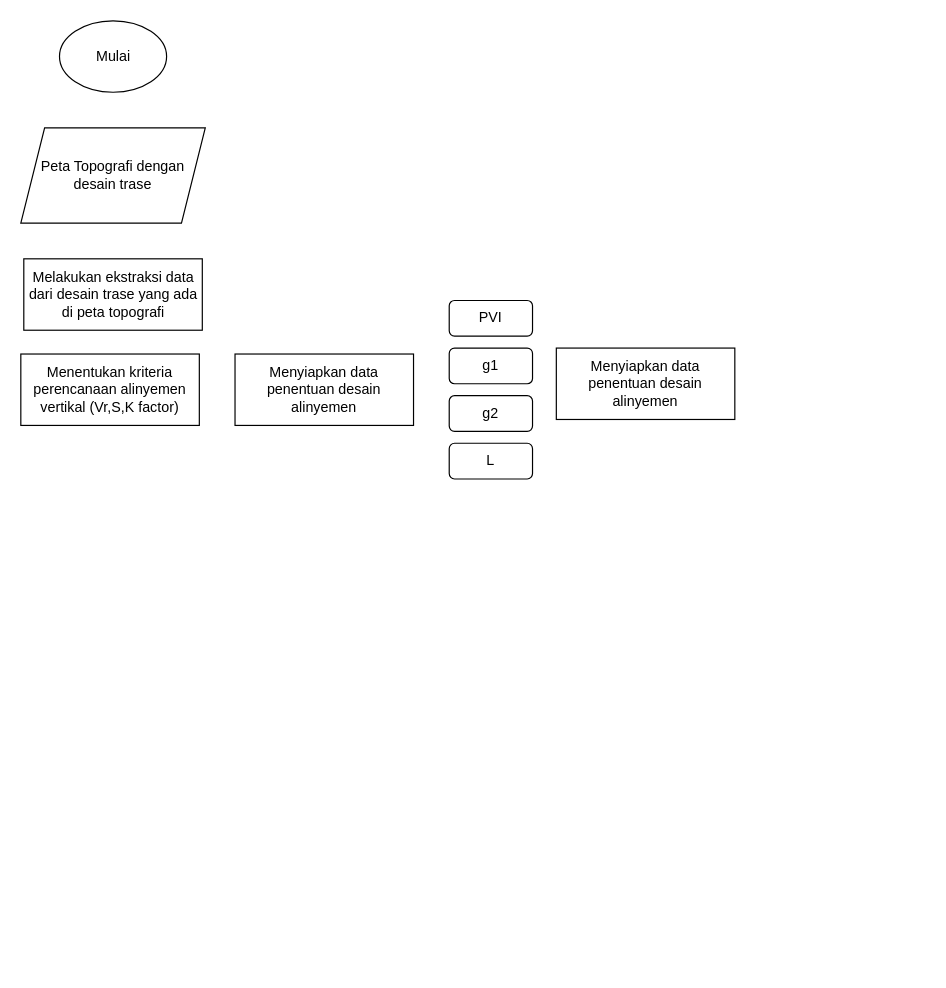
dhanyyudi/filediagramalir keeps this draw.io diagram as M5_Surek.drawio. Above is the earlier version. Source tidied: cells renumbered, new cells numbered last; positions are measured from the earlier drawing's top-left corner, leaving out a move shared by most shapes. Both pictures are drawn from the tidied source at 119%, with x=0, y=0 at pixel (20, 20).
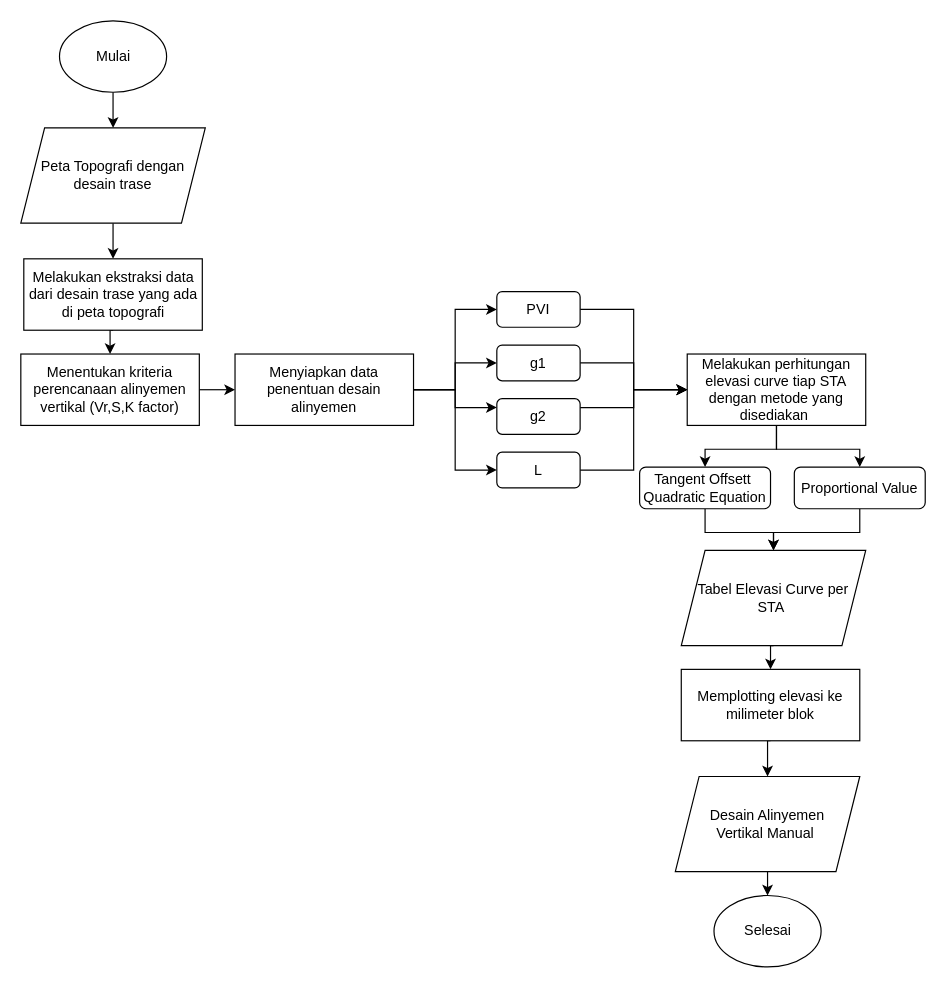
Above is the later version.

Unchanged cells that the change refers to:
```xml
<mxCell id="2" value="Mulai" style="ellipse;whiteSpace=wrap;html=1;" parent="1" vertex="1">
  <mxGeometry x="32.5" width="90" height="60" as="geometry" />
</mxCell>
<mxCell id="3" value="Peta Topografi dengan desain trase" style="shape=parallelogram;perimeter=parallelogramPerimeter;whiteSpace=wrap;html=1;fixedSize=1;" parent="1" vertex="1">
  <mxGeometry y="90" width="155" height="80" as="geometry" />
</mxCell>
<mxCell id="4" value="Melakukan ekstraksi data dari desain trase yang ada di peta topografi" style="rounded=0;whiteSpace=wrap;html=1;" parent="1" vertex="1">
  <mxGeometry x="2.5" y="200" width="150" height="60" as="geometry" />
</mxCell>
<mxCell id="5" value="Menentukan kriteria perencanaan alinyemen vertikal (Vr,S,K factor)" style="rounded=0;whiteSpace=wrap;html=1;" parent="1" vertex="1">
  <mxGeometry y="280" width="150" height="60" as="geometry" />
</mxCell>
<mxCell id="6" value="Menyiapkan data penentuan desain alinyemen" style="rounded=0;whiteSpace=wrap;html=1;" parent="1" vertex="1">
  <mxGeometry x="180" y="280" width="150" height="60" as="geometry" />
</mxCell>
```

What changed in the source:
```diff
@@
+    <mxCell id="12" style="edgeStyle=orthogonalEdgeStyle;rounded=0;jettySize=auto;html=1;exitX=0.5;exitY=1;exitDx=0;exitDy=0;entryX=0.5;entryY=0;entryDx=0;entryDy=0;" parent="1" edge="1" source="2" target="3">
+      <mxGeometry relative="1" as="geometry" />
+    </mxCell>
@@
+    <mxCell id="13" style="edgeStyle=orthogonalEdgeStyle;rounded=0;jettySize=auto;html=1;exitX=0.5;exitY=1;exitDx=0;exitDy=0;entryX=0.5;entryY=0;entryDx=0;entryDy=0;" parent="1" edge="1" source="3" target="4">
+      <mxGeometry relative="1" as="geometry" />
+    </mxCell>
@@
+    <mxCell id="14" style="edgeStyle=orthogonalEdgeStyle;rounded=0;jettySize=auto;html=1;exitX=0.5;exitY=1;exitDx=0;exitDy=0;entryX=0.5;entryY=0;entryDx=0;entryDy=0;" parent="1" edge="1" source="4" target="5">
+      <mxGeometry relative="1" as="geometry" />
+    </mxCell>
@@
+    <mxCell id="15" style="edgeStyle=orthogonalEdgeStyle;rounded=0;jettySize=auto;html=1;exitX=1;exitY=0.5;exitDx=0;exitDy=0;entryX=0;entryY=0.5;entryDx=0;entryDy=0;" parent="1" edge="1" source="5" target="6">
+      <mxGeometry relative="1" as="geometry" />
+    </mxCell>
@@
+    <mxCell id="16" style="edgeStyle=orthogonalEdgeStyle;rounded=0;jettySize=auto;html=1;exitX=1;exitY=0.5;exitDx=0;exitDy=0;entryX=0;entryY=0.5;entryDx=0;entryDy=0;" parent="1" edge="1" source="6" target="7">
+      <mxGeometry relative="1" as="geometry" />
+    </mxCell>
+    <mxCell id="17" style="edgeStyle=orthogonalEdgeStyle;rounded=0;jettySize=auto;html=1;exitX=1;exitY=0.5;exitDx=0;exitDy=0;" parent="1" edge="1" source="6" target="8">
+      <mxGeometry relative="1" as="geometry" />
+    </mxCell>
+    <mxCell id="18" style="edgeStyle=orthogonalEdgeStyle;rounded=0;jettySize=auto;html=1;exitX=1;exitY=0.5;exitDx=0;exitDy=0;entryX=0;entryY=0.25;entryDx=0;entryDy=0;" parent="1" edge="1" source="6" target="9">
+      <mxGeometry relative="1" as="geometry" />
+    </mxCell>
+    <mxCell id="19" style="edgeStyle=orthogonalEdgeStyle;rounded=0;jettySize=auto;html=1;exitX=1;exitY=0.5;exitDx=0;exitDy=0;entryX=0;entryY=0.5;entryDx=0;entryDy=0;" parent="1" edge="1" source="6" target="10">
+      <mxGeometry relative="1" as="geometry" />
+    </mxCell>
@@
+    <mxCell id="20" style="edgeStyle=orthogonalEdgeStyle;rounded=0;jettySize=auto;html=1;exitX=1;exitY=0.5;exitDx=0;exitDy=0;entryX=0;entryY=0.5;entryDx=0;entryDy=0;" parent="1" edge="1" source="7" target="11">
+      <mxGeometry relative="1" as="geometry" />
+    </mxCell>
     <mxCell id="7" value="PVI" style="rounded=1;whiteSpace=wrap;html=1;" parent="1" vertex="1">
-      <mxGeometry x="360" y="235" width="70" height="30" as="geometry" />
+      <mxGeometry x="400" y="227.5" width="70" height="30" as="geometry" />
     </mxCell>
+    <mxCell id="21" style="edgeStyle=orthogonalEdgeStyle;rounded=0;jettySize=auto;html=1;exitX=1;exitY=0.5;exitDx=0;exitDy=0;entryX=0;entryY=0.5;entryDx=0;entryDy=0;" parent="1" edge="1" source="8" target="11">
+      <mxGeometry relative="1" as="geometry" />
+    </mxCell>
     <mxCell id="8" value="g1" style="rounded=1;whiteSpace=wrap;html=1;" parent="1" vertex="1">
-      <mxGeometry x="360" y="275" width="70" height="30" as="geometry" />
+      <mxGeometry x="400" y="272.5" width="70" height="30" as="geometry" />
     </mxCell>
+    <mxCell id="22" style="edgeStyle=orthogonalEdgeStyle;rounded=0;jettySize=auto;html=1;exitX=1;exitY=0.25;exitDx=0;exitDy=0;entryX=0;entryY=0.5;entryDx=0;entryDy=0;" parent="1" edge="1" source="9" target="11">
+      <mxGeometry relative="1" as="geometry" />
+    </mxCell>
     <mxCell id="9" value="g2" style="rounded=1;whiteSpace=wrap;html=1;" parent="1" vertex="1">
-      <mxGeometry x="360" y="315" width="70" height="30" as="geometry" />
+      <mxGeometry x="400" y="317.5" width="70" height="30" as="geometry" />
     </mxCell>
+    <mxCell id="23" style="edgeStyle=orthogonalEdgeStyle;rounded=0;jettySize=auto;html=1;exitX=1;exitY=0.5;exitDx=0;exitDy=0;entryX=0;entryY=0.5;entryDx=0;entryDy=0;" parent="1" edge="1" source="10" target="11">
+      <mxGeometry relative="1" as="geometry" />
+    </mxCell>
     <mxCell id="10" value="L" style="rounded=1;whiteSpace=wrap;html=1;" parent="1" vertex="1">
-      <mxGeometry x="360" y="355" width="70" height="30" as="geometry" />
+      <mxGeometry x="400" y="362.5" width="70" height="30" as="geometry" />
     </mxCell>
+    <mxCell id="24" style="edgeStyle=orthogonalEdgeStyle;rounded=0;jettySize=auto;html=1;exitX=0.5;exitY=1;exitDx=0;exitDy=0;entryX=0.5;entryY=0;entryDx=0;entryDy=0;" parent="1" edge="1" source="11" target="29">
+      <mxGeometry relative="1" as="geometry" />
+    </mxCell>
+    <mxCell id="25" style="edgeStyle=orthogonalEdgeStyle;rounded=0;jettySize=auto;html=1;exitX=0.5;exitY=1;exitDx=0;exitDy=0;entryX=0.5;entryY=0;entryDx=0;entryDy=0;" parent="1" edge="1" source="11" target="27">
+      <mxGeometry relative="1" as="geometry" />
+    </mxCell>
-    <mxCell id="11" value="Menyiapkan data penentuan desain alinyemen" style="rounded=0;whiteSpace=wrap;html=1;" parent="1" vertex="1">
-      <mxGeometry x="450" y="275" width="150" height="60" as="geometry" />
+    <mxCell id="11" value="Melakukan perhitungan elevasi curve tiap STA dengan metode yang disediakan&amp;nbsp;" style="rounded=0;whiteSpace=wrap;html=1;" parent="1" vertex="1">
+      <mxGeometry x="560" y="280" width="150" height="60" as="geometry" />
     </mxCell>
+    <mxCell id="26" style="edgeStyle=orthogonalEdgeStyle;rounded=0;jettySize=auto;html=1;exitX=0.5;exitY=1;exitDx=0;exitDy=0;entryX=0.5;entryY=0;entryDx=0;entryDy=0;" parent="1" edge="1" source="27" target="31">
+      <mxGeometry relative="1" as="geometry" />
+    </mxCell>
+    <mxCell id="27" value="Tangent Offsett&amp;nbsp; Quadratic Equation" style="rounded=1;whiteSpace=wrap;html=1;" parent="1" vertex="1">
+      <mxGeometry x="520" y="375" width="110" height="35" as="geometry" />
+    </mxCell>
+    <mxCell id="28" style="edgeStyle=orthogonalEdgeStyle;rounded=0;jettySize=auto;html=1;exitX=0.5;exitY=1;exitDx=0;exitDy=0;entryX=0.5;entryY=0;entryDx=0;entryDy=0;" parent="1" edge="1" source="29" target="31">
+      <mxGeometry relative="1" as="geometry" />
+    </mxCell>
+    <mxCell id="29" value="Proportional Value" style="rounded=1;whiteSpace=wrap;html=1;" parent="1" vertex="1">
+      <mxGeometry x="650" y="375" width="110" height="35" as="geometry" />
+    </mxCell>
+    <mxCell id="30" style="edgeStyle=orthogonalEdgeStyle;rounded=0;jettySize=auto;html=1;exitX=0.5;exitY=1;exitDx=0;exitDy=0;entryX=0.5;entryY=0;entryDx=0;entryDy=0;" parent="1" edge="1" source="31" target="33">
+      <mxGeometry relative="1" as="geometry" />
+    </mxCell>
+    <mxCell id="31" value="Tabel Elevasi Curve per STA&amp;nbsp;" style="shape=parallelogram;perimeter=parallelogramPerimeter;whiteSpace=wrap;html=1;fixedSize=1;" parent="1" vertex="1">
+      <mxGeometry x="555" y="445" width="155" height="80" as="geometry" />
+    </mxCell>
+    <mxCell id="32" style="edgeStyle=orthogonalEdgeStyle;rounded=0;jettySize=auto;html=1;exitX=0.5;exitY=1;exitDx=0;exitDy=0;entryX=0.5;entryY=0;entryDx=0;entryDy=0;" parent="1" edge="1" source="33" target="35">
+      <mxGeometry relative="1" as="geometry" />
+    </mxCell>
+    <mxCell id="33" value="Memplotting elevasi ke milimeter blok" style="rounded=0;whiteSpace=wrap;html=1;" parent="1" vertex="1">
+      <mxGeometry x="555" y="545" width="150" height="60" as="geometry" />
+    </mxCell>
+    <mxCell id="34" style="edgeStyle=orthogonalEdgeStyle;rounded=0;jettySize=auto;html=1;exitX=0.5;exitY=1;exitDx=0;exitDy=0;entryX=0.5;entryY=0;entryDx=0;entryDy=0;" parent="1" edge="1" source="35" target="36">
+      <mxGeometry relative="1" as="geometry" />
+    </mxCell>
+    <mxCell id="35" value="Desain Alinyemen &lt;br&gt;Vertikal Manual&amp;nbsp;" style="shape=parallelogram;perimeter=parallelogramPerimeter;whiteSpace=wrap;html=1;fixedSize=1;" parent="1" vertex="1">
+      <mxGeometry x="550" y="635" width="155" height="80" as="geometry" />
+    </mxCell>
+    <mxCell id="36" value="Selesai" style="ellipse;whiteSpace=wrap;html=1;" parent="1" vertex="1">
+      <mxGeometry x="582.5" y="735" width="90" height="60" as="geometry" />
+    </mxCell>
```
